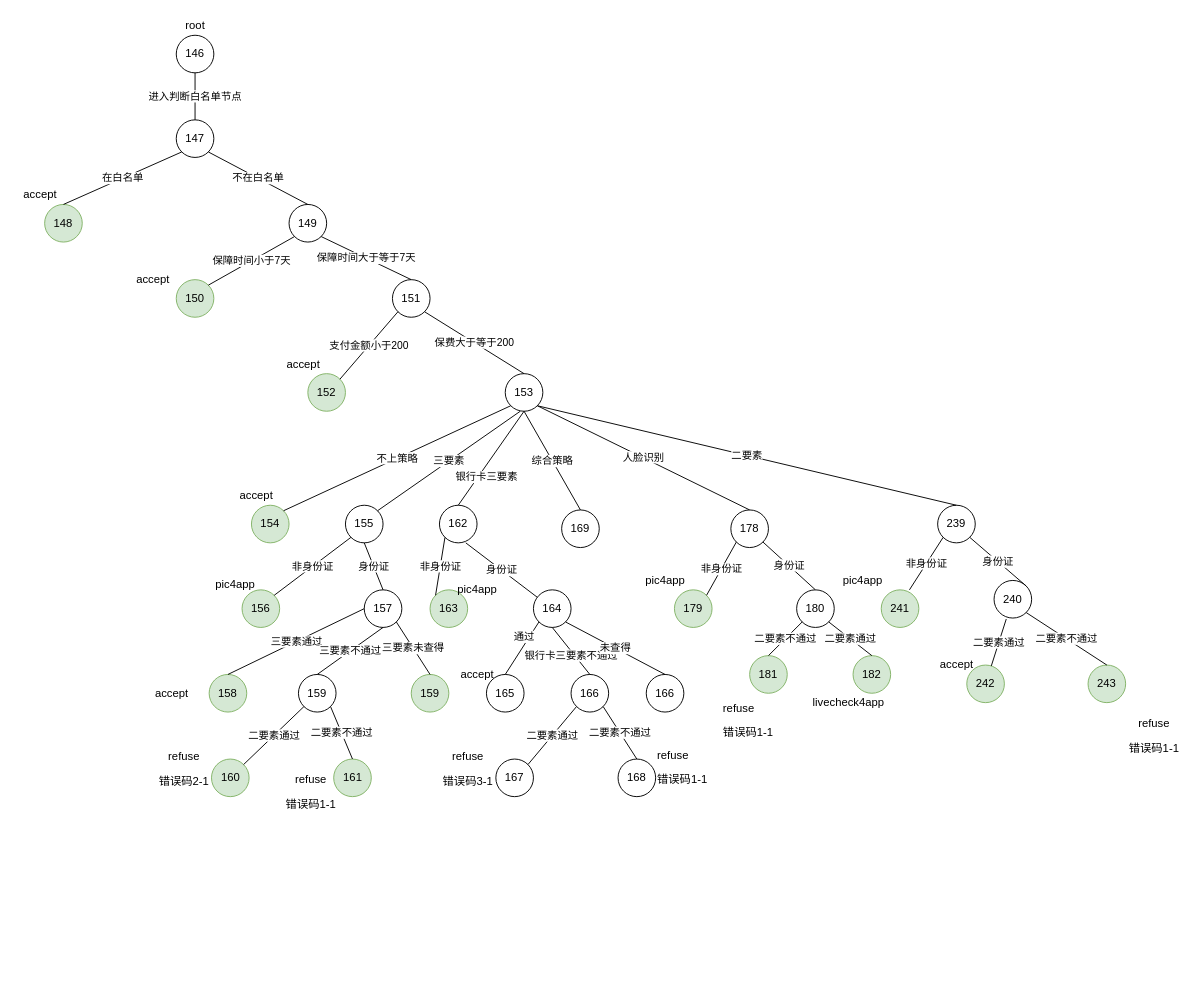
The draw.io diagram 投保人策略.drawio in North30/tupian, before the edit. Source tidied: cells renumbered, new cells numbered last; positions are measured from the earlier drawing's top-left corner, leaving out a move shared by most shapes. Both pictures are drawn from the tidied source at 94%, with x=0, y=0 at pixel (16, 16).
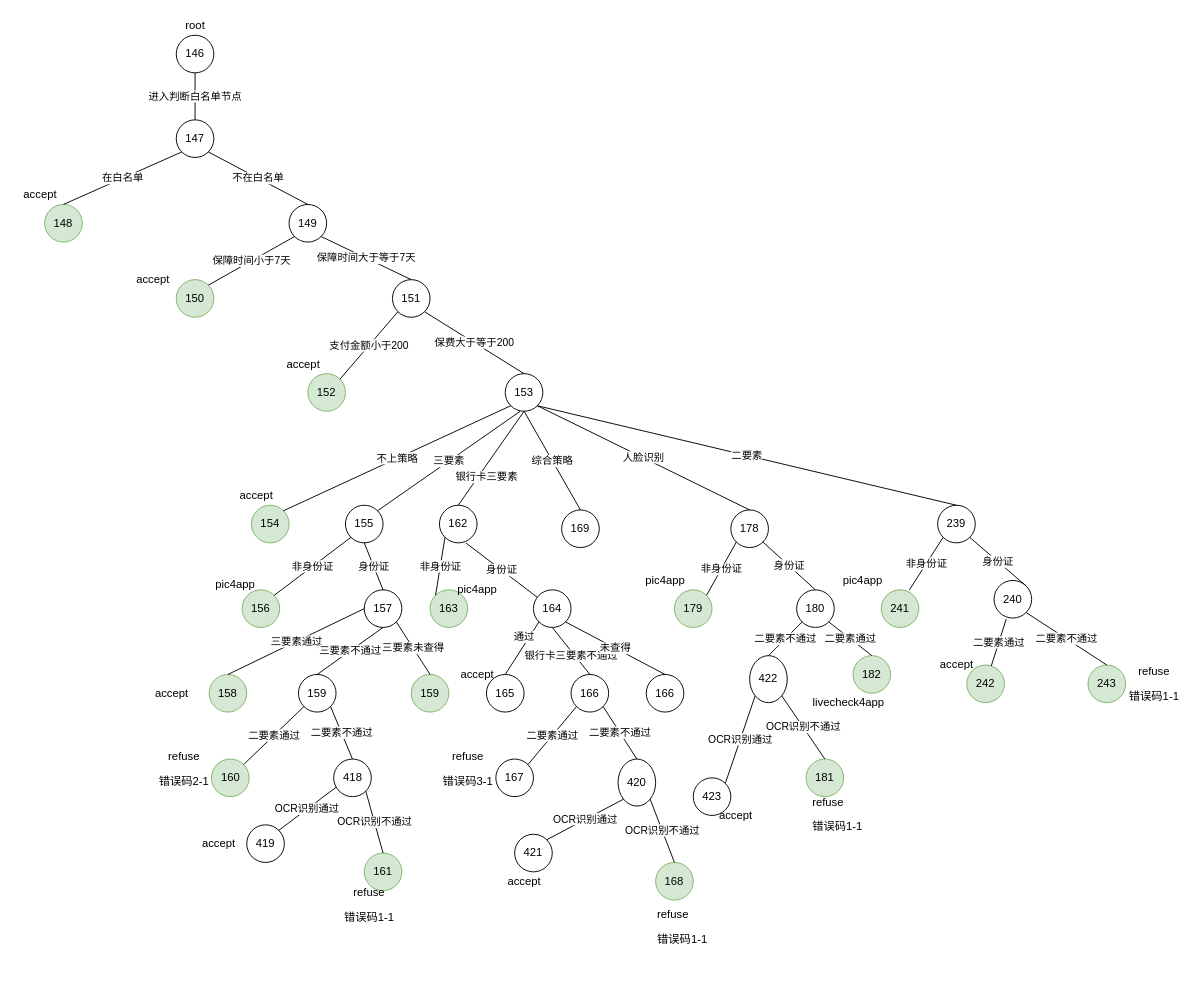
The same diagram, later.

Commit message:
Update 投保人策略.drawio

Unchanged cells that the change refers to:
```xml
<mxCell id="58" value="166" style="ellipse;whiteSpace=wrap;html=1;" parent="1" vertex="1">
  <mxGeometry x="590" y="700" width="40" height="40" as="geometry" />
</mxCell>
<mxCell id="71" value="180" style="ellipse;whiteSpace=wrap;html=1;" parent="1" vertex="1">
  <mxGeometry x="830" y="610" width="40" height="40" as="geometry" />
</mxCell>
```

The edit, as a diff of the source:
```diff
@@
-    <mxCell id="46" value="161" style="ellipse;whiteSpace=wrap;html=1;fillColor=#d5e8d4;strokeColor=#82b366;" parent="1" vertex="1">
+    <mxCell id="46" value="418" style="ellipse;whiteSpace=wrap;html=1;" parent="1" vertex="1">
       <mxGeometry x="337.5" y="790" width="40" height="40" as="geometry" />
     </mxCell>
@@
-    <mxCell id="51" value="&lt;p&gt;refuse&lt;/p&gt;&lt;p&gt;错误码1-1&lt;/p&gt;" style="text;html=1;align=center;verticalAlign=middle;" parent="1" vertex="1">
-      <mxGeometry x="277.5" y="790" width="70" height="70" as="geometry" />
-    </mxCell>
@@
-    <mxCell id="64" value="168" style="ellipse;whiteSpace=wrap;html=1;" parent="1" vertex="1">
-      <mxGeometry x="640" y="790" width="40" height="40" as="geometry" />
-    </mxCell>
@@
-    <mxCell id="67" value="二要素不通过" style="endArrow=none;html=1;entryX=1;entryY=1;entryDx=0;entryDy=0;exitX=0.5;exitY=0;exitDx=0;exitDy=0;" parent="1" edge="1" source="64" target="58">
+    <mxCell id="67" value="二要素不通过" style="endArrow=none;html=1;entryX=1;entryY=1;entryDx=0;entryDy=0;exitX=0.5;exitY=0;exitDx=0;exitDy=0;" parent="1" edge="1" source="97" target="58">
       <mxGeometry relative="1" as="geometry" />
     </mxCell>
@@
     <mxCell id="69" value="&lt;div id=&quot;base&quot;&gt;&lt;div class=&quot;ax_default flow_shape&quot; id=&quot;u89&quot;&gt;&lt;div class=&quot;text &quot; id=&quot;u89_text&quot;&gt;&lt;p&gt;&lt;span&gt;refuse&lt;/span&gt;&lt;/p&gt;&lt;p&gt;&lt;span&gt;错误码1-1&lt;/span&gt;&lt;/p&gt;&lt;/div&gt;&lt;/div&gt;&lt;/div&gt;" style="text;whiteSpace=wrap;html=1;" parent="1" vertex="1">
-      <mxGeometry x="680" y="760" width="80" height="80" as="geometry" />
+      <mxGeometry x="680" y="930" width="80" height="80" as="geometry" />
     </mxCell>
@@
-    <mxCell id="76" value="181" style="ellipse;whiteSpace=wrap;html=1;fillColor=#d5e8d4;strokeColor=#82b366;" parent="1" vertex="1">
-      <mxGeometry x="780" y="680" width="40" height="40" as="geometry" />
-    </mxCell>
-    <mxCell id="77" value="二要素不通过" style="endArrow=none;html=1;entryX=0;entryY=1;entryDx=0;entryDy=0;exitX=0.5;exitY=0;exitDx=0;exitDy=0;" parent="1" edge="1" source="76" target="71">
+    <mxCell id="77" value="二要素不通过" style="endArrow=none;html=1;entryX=0;entryY=1;entryDx=0;entryDy=0;exitX=0.5;exitY=0;exitDx=0;exitDy=0;" parent="1" edge="1" source="101" target="71">
       <mxGeometry relative="1" as="geometry" />
     </mxCell>
@@
     <mxCell id="80" value="&lt;div id=&quot;base&quot;&gt;&lt;div class=&quot;ax_default flow_shape&quot; id=&quot;u109&quot;&gt;&lt;div class=&quot;text &quot; id=&quot;u109_text&quot;&gt;&lt;p&gt;&lt;span&gt;refuse&lt;/span&gt;&lt;/p&gt;&lt;p&gt;&lt;span&gt;错误码1-1&lt;/span&gt;&lt;/p&gt;&lt;/div&gt;&lt;/div&gt;&lt;/div&gt;" style="text;whiteSpace=wrap;html=1;" parent="1" vertex="1">
-      <mxGeometry x="750" y="710" width="80" height="60" as="geometry" />
+      <mxGeometry x="845" y="810" width="80" height="60" as="geometry" />
     </mxCell>
@@
     <mxCell id="91" value="&lt;p&gt;refuse&lt;/p&gt;&lt;p&gt;错误码1-1&lt;/p&gt;" style="text;html=1;align=center;verticalAlign=middle;" parent="1" vertex="1">
-      <mxGeometry x="1175" y="730" width="70" height="70" as="geometry" />
+      <mxGeometry x="1175" y="675" width="70" height="70" as="geometry" />
     </mxCell>
+    <mxCell id="92" value="419" style="ellipse;whiteSpace=wrap;html=1;" parent="1" vertex="1">
+      <mxGeometry x="245" y="860" width="40" height="40" as="geometry" />
+    </mxCell>
+    <mxCell id="93" value="161" style="ellipse;whiteSpace=wrap;html=1;fillColor=#d5e8d4;strokeColor=#82b366;" parent="1" vertex="1">
+      <mxGeometry x="370" y="890" width="40" height="40" as="geometry" />
+    </mxCell>
+    <mxCell id="94" value="OCR识别通过" style="endArrow=none;html=1;exitX=1;exitY=0;exitDx=0;exitDy=0;" parent="1" edge="1" source="92">
+      <mxGeometry relative="1" as="geometry">
+        <mxPoint x="340" y="820" as="targetPoint" />
+      </mxGeometry>
+    </mxCell>
+    <mxCell id="95" value="OCR识别不通过" style="endArrow=none;html=1;entryX=1;entryY=1;entryDx=0;entryDy=0;exitX=0.5;exitY=0;exitDx=0;exitDy=0;" parent="1" edge="1" source="93" target="46">
+      <mxGeometry relative="1" as="geometry" />
+    </mxCell>
+    <mxCell id="96" value="accept" style="text;html=1;align=center;verticalAlign=middle;" parent="1" vertex="1">
+      <mxGeometry x="190" y="870" width="50" height="20" as="geometry" />
+    </mxCell>
+    <mxCell id="51" value="&lt;p&gt;refuse&lt;/p&gt;&lt;p&gt;错误码1-1&lt;/p&gt;" style="text;html=1;align=center;verticalAlign=middle;" parent="1" vertex="1">
+      <mxGeometry x="340" y="910" width="70" height="70" as="geometry" />
+    </mxCell>
+    <mxCell id="97" value="420" style="ellipse;whiteSpace=wrap;html=1;" parent="1" vertex="1">
+      <mxGeometry x="640" y="790" width="40" height="50" as="geometry" />
+    </mxCell>
+    <mxCell id="98" value="421" style="ellipse;whiteSpace=wrap;html=1;direction=north;" parent="1" vertex="1">
+      <mxGeometry x="530" y="870" width="40" height="40" as="geometry" />
+    </mxCell>
+    <mxCell id="64" value="168" style="ellipse;whiteSpace=wrap;html=1;fillColor=#d5e8d4;strokeColor=#82b366;" parent="1" vertex="1">
+      <mxGeometry x="680" y="900" width="40" height="40" as="geometry" />
+    </mxCell>
+    <mxCell id="99" value="OCR识别通过" style="endArrow=none;html=1;entryX=0;entryY=1;entryDx=0;entryDy=0;exitX=1;exitY=1;exitDx=0;exitDy=0;" parent="1" edge="1" source="98" target="97">
+      <mxGeometry relative="1" as="geometry" />
+    </mxCell>
+    <mxCell id="100" value="OCR识别不通过" style="endArrow=none;html=1;entryX=1;entryY=1;entryDx=0;entryDy=0;exitX=0.5;exitY=0;exitDx=0;exitDy=0;" parent="1" edge="1" source="64" target="97">
+      <mxGeometry relative="1" as="geometry" />
+    </mxCell>
+    <mxCell id="101" value="422" style="ellipse;whiteSpace=wrap;html=1;" parent="1" vertex="1">
+      <mxGeometry x="780" y="680" width="40" height="50" as="geometry" />
+    </mxCell>
+    <mxCell id="102" value="423" style="ellipse;whiteSpace=wrap;html=1;direction=north;" parent="1" vertex="1">
+      <mxGeometry x="720" y="810" width="40" height="40" as="geometry" />
+    </mxCell>
+    <mxCell id="76" value="181" style="ellipse;whiteSpace=wrap;html=1;fillColor=#d5e8d4;strokeColor=#82b366;" parent="1" vertex="1">
+      <mxGeometry x="840" y="790" width="40" height="40" as="geometry" />
+    </mxCell>
+    <mxCell id="103" value="OCR识别通过" style="endArrow=none;html=1;entryX=0;entryY=1;entryDx=0;entryDy=0;exitX=1;exitY=1;exitDx=0;exitDy=0;" parent="1" edge="1" source="102" target="101">
+      <mxGeometry relative="1" as="geometry" />
+    </mxCell>
+    <mxCell id="104" value="OCR识别不通过" style="endArrow=none;html=1;entryX=1;entryY=1;entryDx=0;entryDy=0;exitX=0.5;exitY=0;exitDx=0;exitDy=0;" parent="1" edge="1" source="76" target="101">
+      <mxGeometry relative="1" as="geometry" />
+    </mxCell>
+    <mxCell id="105" value="accept" style="text;html=1;align=center;verticalAlign=middle;" parent="1" vertex="1">
+      <mxGeometry x="515" y="910" width="50" height="20" as="geometry" />
+    </mxCell>
+    <mxCell id="106" value="accept" style="text;html=1;align=center;verticalAlign=middle;" parent="1" vertex="1">
+      <mxGeometry x="740" y="840" width="50" height="20" as="geometry" />
+    </mxCell>
```
